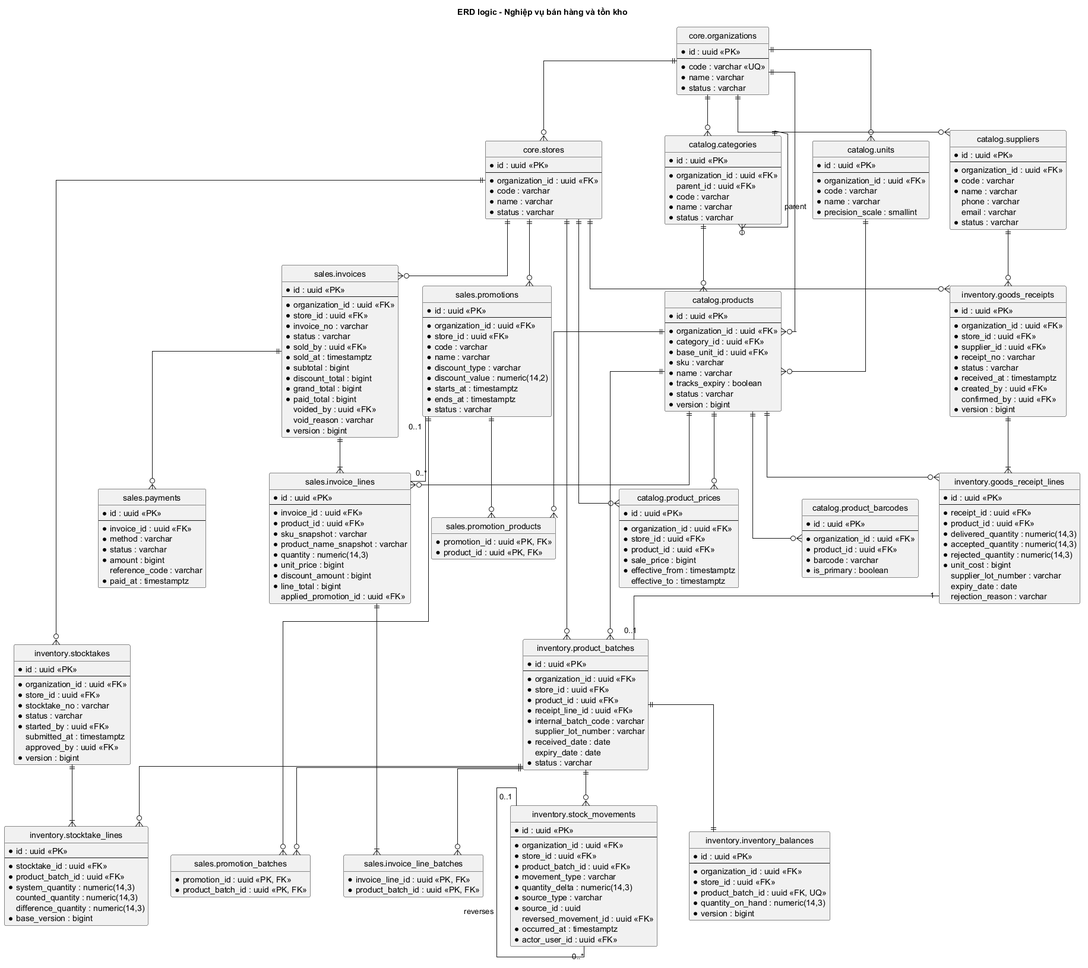
Earlier version of the PlantUML export docs/architecture/database/diagrams/erd-core-operations.png (zomboXx/bach-hoa-sim-tim).
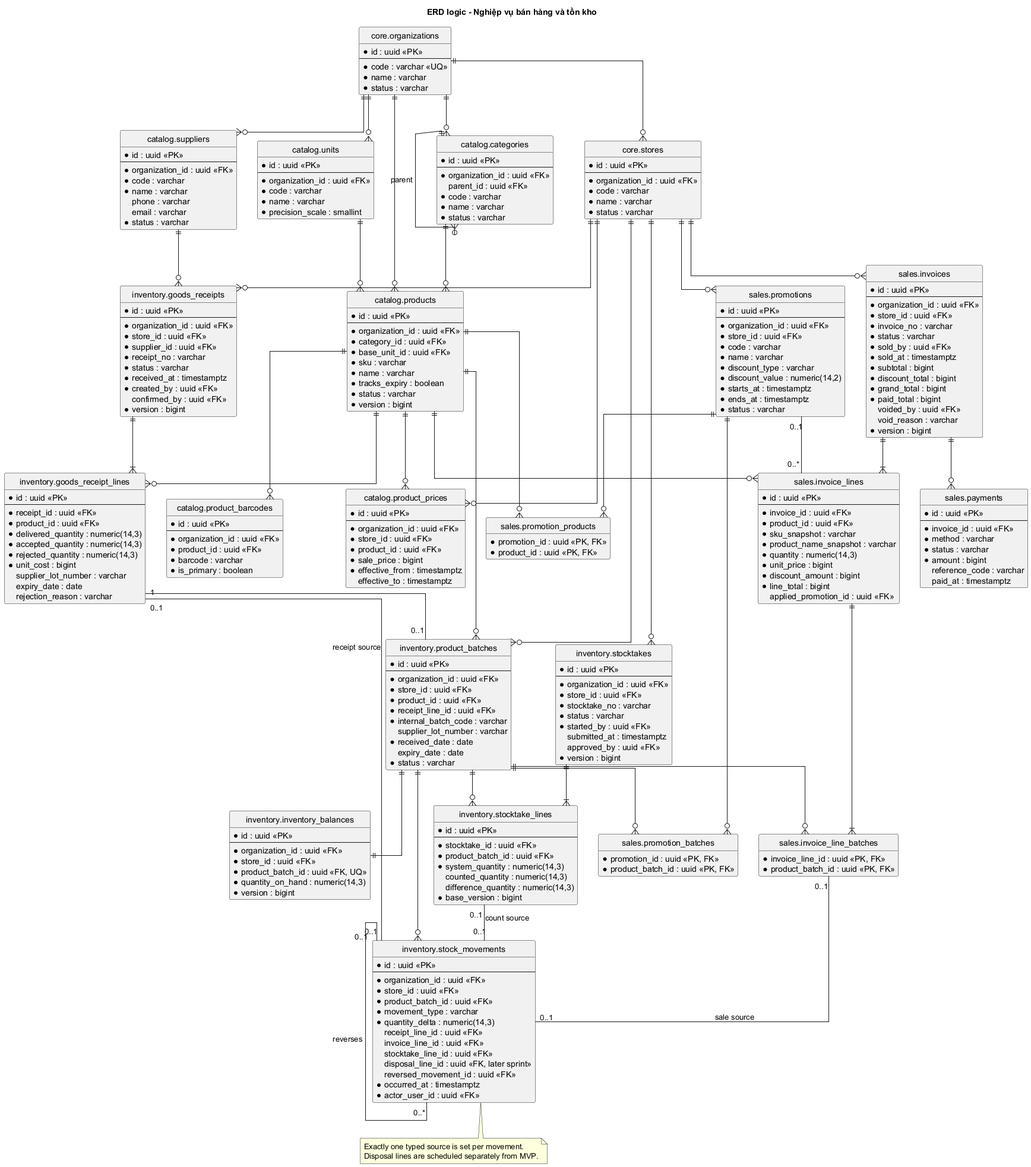
After the commit.

Change to the diagram source:
```diff
@@ -150,8 +150,10 @@
   * product_batch_id : uuid <<FK>>
   * movement_type : varchar
   * quantity_delta : numeric(14,3)
-  * source_type : varchar
-  * source_id : uuid
+  receipt_line_id : uuid <<FK>>
+  invoice_line_id : uuid <<FK>>
+  stocktake_line_id : uuid <<FK>>
+  disposal_line_id : uuid <<FK, later sprint>>
   reversed_movement_id : uuid <<FK>>
   * occurred_at : timestamptz
   * actor_user_id : uuid <<FK>>
@@ -251,7 +253,7 @@
   * status : varchar
   * amount : bigint
   reference_code : varchar
-  * paid_at : timestamptz
+  paid_at : timestamptz
 }
 
 organizations ||--o{ stores
@@ -274,6 +276,9 @@
 stores ||--o{ batches
 batches ||--|| balances
 batches ||--o{ stockMovement
+receipt_lines "0..1" -- "0..1" stockMovement : receipt source
+invoice_line_batches "0..1" -- "0..1" stockMovement : sale source
+stocktake_lines "0..1" -- "0..1" stockMovement : count source
 stockMovement "0..1" -- "0..*" stockMovement : reverses
 stores ||--o{ stocktakes
 stocktakes ||--|{ stocktake_lines
@@ -291,4 +296,9 @@
 batches ||--o{ invoice_line_batches
 invoices ||--o{ payments
 
+note bottom of stockMovement
+  Exactly one typed source is set per movement.
+  Disposal lines are scheduled separately from MVP.
+end note
+
 @enduml
```
